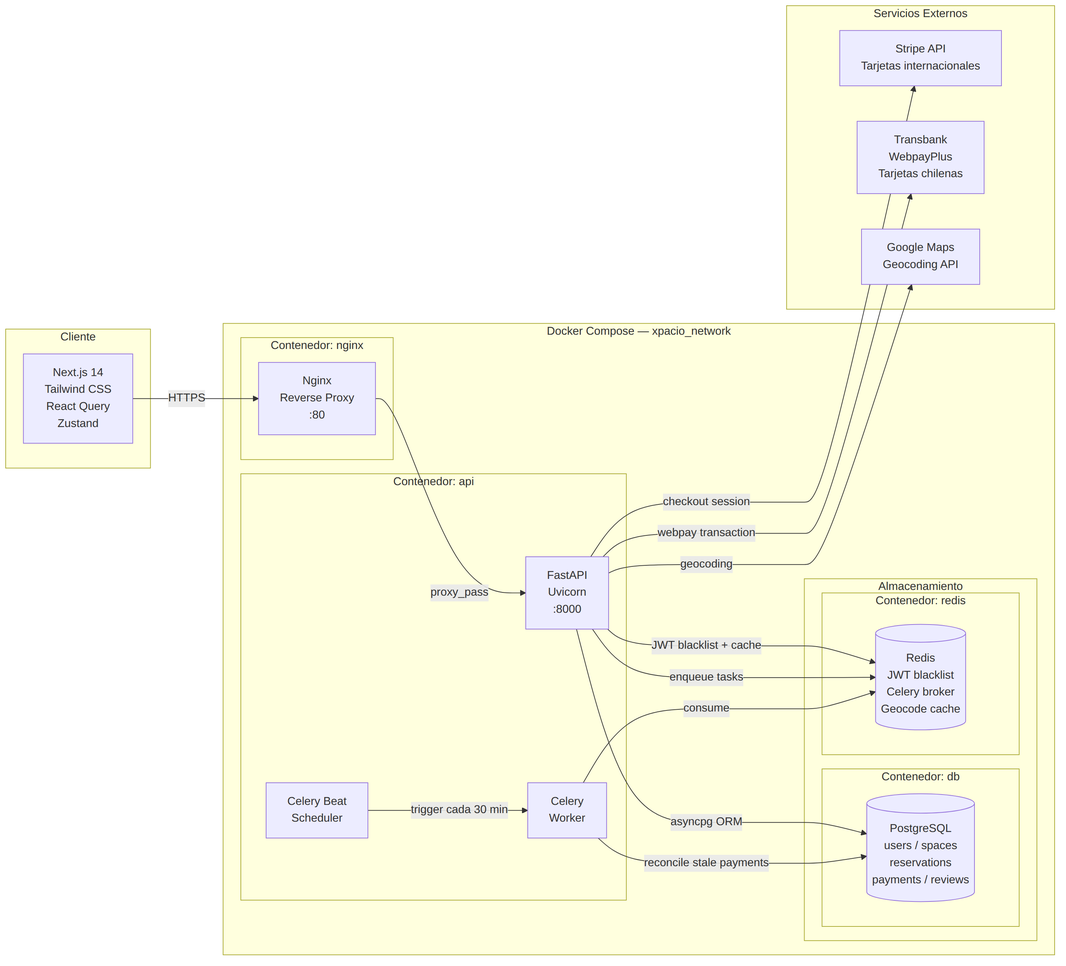
This is docs/diagrams/arquitectura-general.png from PkAlvaro/xpacio-backend, a Mermaid export, as it was before one commit. Its source is kept beside it as docs/diagrams/arquitectura-general.mmd.
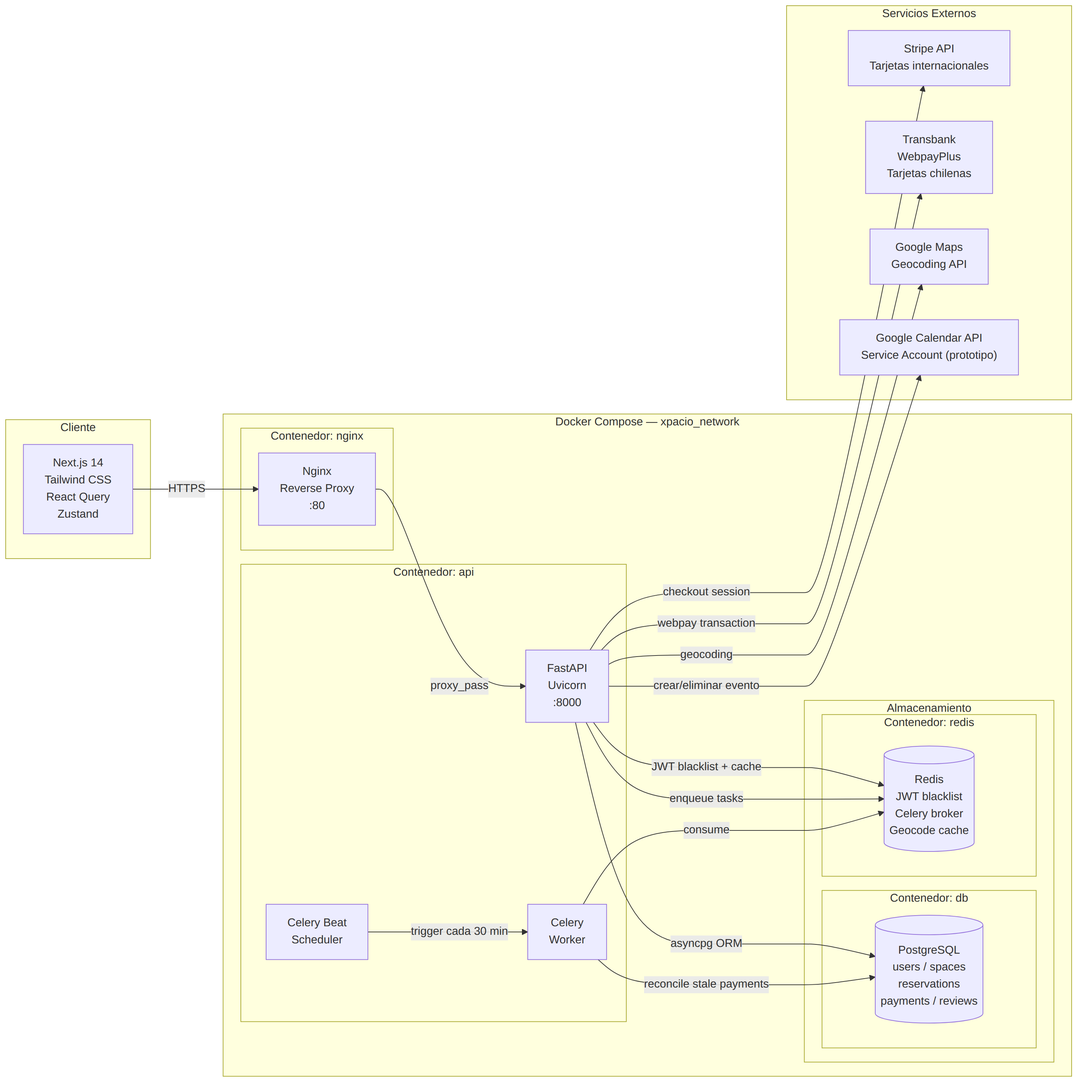
Above is the later version.

Commit message:
docs: actualizar diagramas con Google Calendar API

Diff of the diagram source:
```diff
@@ -28,6 +28,7 @@
     STRIPE["Stripe API\nTarjetas internacionales"]
     TRANSBANK["Transbank\nWebpayPlus\nTarjetas chilenas"]
     GMAPS["Google Maps\nGeocoding API"]
+    GCAL["Google Calendar API\nService Account (prototipo)"]
   end
 
   FE -- "HTTPS" --> NGINX
@@ -37,6 +38,7 @@
   API -- "checkout session" --> STRIPE
   API -- "webpay transaction" --> TRANSBANK
   API -- "geocoding" --> GMAPS
+  API -- "crear/eliminar evento" --> GCAL
   API -- "enqueue tasks" --> REDIS
   BEAT -- "trigger cada 30 min" --> CELERY
   CELERY -- "consume" --> REDIS
```
